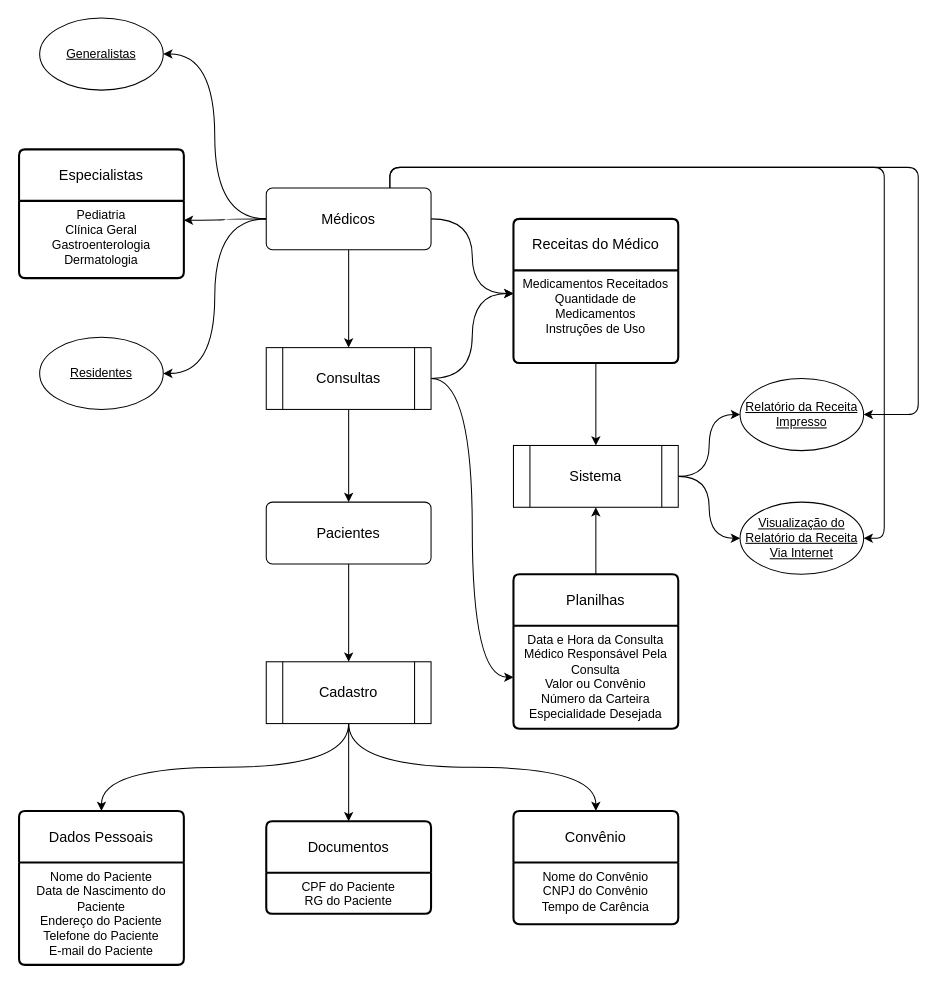
This is bdd_hospital.drawio from NoahCardo/Banco-de-Dados---Hospital, a draw.io file, before an edit. Source tidied: cells renumbered, new cells numbered last; positions are measured from the earlier drawing's top-left corner, leaving out a move shared by most shapes. Both pictures are drawn from the tidied source at 103%, with x=0, y=0 at pixel (19, 18).
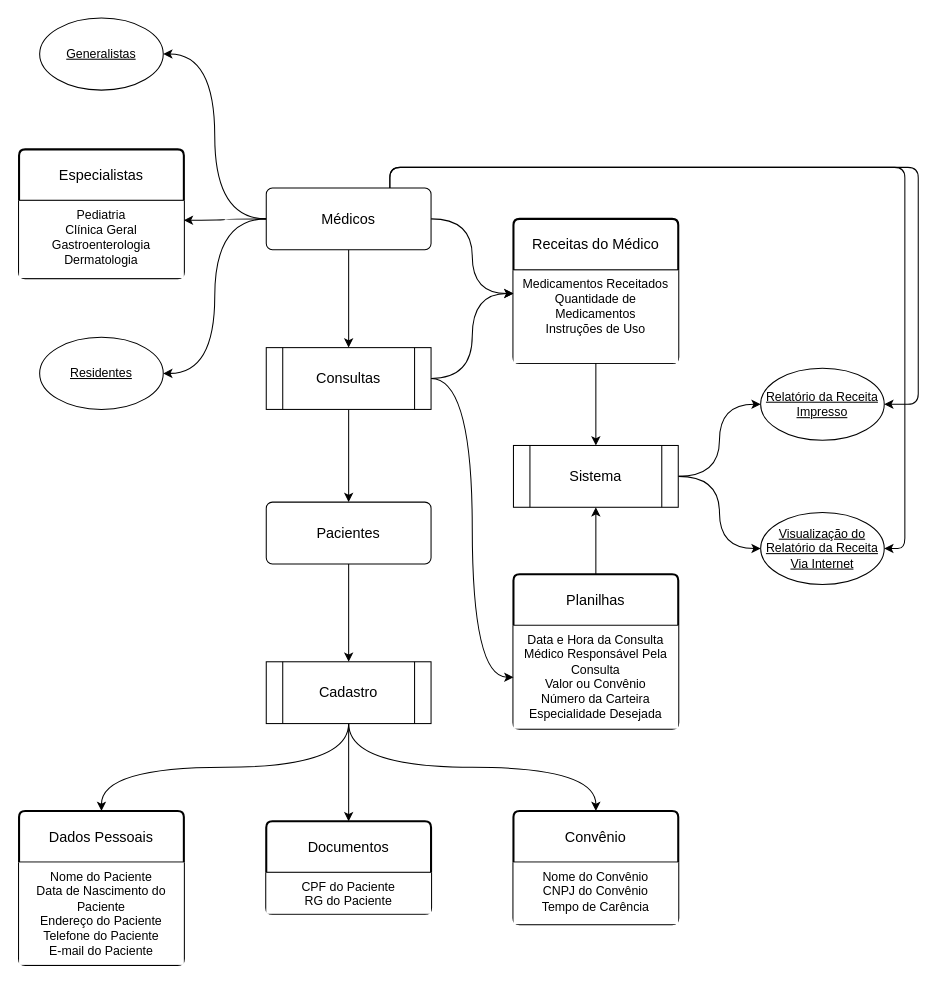
After the change.

The change refers to these unchanged cells:
```xml
<mxCell id="2" value="Convênio" style="swimlane;horizontal=1;startSize=50;rounded=1;fontSize=14;fontStyle=0;strokeWidth=2;shadow=0;dashed=0;align=center;arcSize=4;whiteSpace=wrap;html=1;" parent="1" vertex="1">
  <mxGeometry x="480" y="769.8" width="160" height="110" as="geometry" />
</mxCell>
<mxCell id="6" value="Planilhas" style="swimlane;horizontal=1;startSize=50;rounded=1;fontSize=14;fontStyle=0;strokeWidth=2;shadow=0;dashed=0;align=center;arcSize=4;whiteSpace=wrap;html=1;" parent="1" vertex="1">
  <mxGeometry x="480" y="540" width="160" height="150" as="geometry" />
</mxCell>
<mxCell id="13" value="Receitas do Médico" style="swimlane;horizontal=1;startSize=50;rounded=1;fontSize=14;fontStyle=0;strokeWidth=2;shadow=0;dashed=0;align=center;arcSize=4;whiteSpace=wrap;html=1;" parent="1" vertex="1">
  <mxGeometry x="480" y="195" width="160" height="140" as="geometry" />
</mxCell>
<mxCell id="32" value="Documentos" style="swimlane;horizontal=1;startSize=50;rounded=1;fontSize=14;fontStyle=0;strokeWidth=2;shadow=0;dashed=0;align=center;arcSize=4;whiteSpace=wrap;html=1;" parent="1" vertex="1">
  <mxGeometry x="240" y="779.9" width="160" height="89.8" as="geometry" />
</mxCell>
<mxCell id="39" value="Dados Pessoais" style="swimlane;horizontal=1;startSize=50;rounded=1;fontSize=14;fontStyle=0;strokeWidth=2;shadow=0;dashed=0;align=center;arcSize=4;whiteSpace=wrap;html=1;" parent="1" vertex="1">
  <mxGeometry y="769.8" width="160" height="149.5" as="geometry" />
</mxCell>
<mxCell id="43" value="Especialistas" style="swimlane;horizontal=1;startSize=50;rounded=1;fontSize=14;fontStyle=0;strokeWidth=2;shadow=0;dashed=0;align=center;arcSize=4;whiteSpace=wrap;html=1;" parent="1" vertex="1">
  <mxGeometry y="127.5" width="160" height="125" as="geometry" />
</mxCell>
```

What changed in the source:
```diff
@@
-    <mxCell id="3" value="Nome do Convênio&lt;br&gt;&lt;div&gt;CNPJ do Convênio&lt;/div&gt;&lt;div&gt;Tempo de Carência&lt;/div&gt;" style="align=center;strokeColor=none;fillColor=none;spacingLeft=4;spacingRight=4;fontSize=12;verticalAlign=top;html=1;whiteSpace=wrap;" parent="2" vertex="1">
+    <mxCell id="3" value="Nome do Convênio&lt;br&gt;&lt;div&gt;CNPJ do Convênio&lt;/div&gt;&lt;div&gt;Tempo de Carência&lt;/div&gt;" style="align=center;strokeColor=none;fillColor=default;spacingLeft=4;spacingRight=4;fontSize=12;verticalAlign=top;html=1;whiteSpace=wrap;" parent="2" vertex="1">
       <mxGeometry y="50" width="160" height="60" as="geometry" />
     </mxCell>
@@
-    <mxCell id="7" value="Data e Hora da Consulta&lt;br&gt;Médico Responsável Pela Consulta&lt;br&gt;Valor ou Convênio&lt;div&gt;Número da Carteira&lt;br&gt;&lt;div&gt;Especialidade Desejada&lt;/div&gt;&lt;/div&gt;" style="align=center;strokeColor=none;fillColor=none;spacingLeft=4;spacingRight=4;fontSize=12;verticalAlign=top;html=1;whiteSpace=wrap;" parent="6" vertex="1">
+    <mxCell id="7" value="Data e Hora da Consulta&lt;br&gt;Médico Responsável Pela Consulta&lt;br&gt;Valor ou Convênio&lt;div&gt;Número da Carteira&lt;br&gt;&lt;div&gt;Especialidade Desejada&lt;/div&gt;&lt;/div&gt;" style="align=center;strokeColor=none;fillColor=default;spacingLeft=4;spacingRight=4;fontSize=12;verticalAlign=top;html=1;whiteSpace=wrap;" parent="6" vertex="1">
       <mxGeometry y="50" width="160" height="100" as="geometry" />
     </mxCell>
@@
-    <mxCell id="14" value="Medicamentos Receitados&lt;br&gt;&lt;div&gt;Quantidade de Medicamentos&lt;/div&gt;&lt;div&gt;Instruções de Uso&lt;/div&gt;" style="align=center;strokeColor=none;fillColor=none;spacingLeft=4;spacingRight=4;fontSize=12;verticalAlign=top;html=1;whiteSpace=wrap;" parent="13" vertex="1">
+    <mxCell id="14" value="Medicamentos Receitados&lt;br&gt;&lt;div&gt;Quantidade de Medicamentos&lt;/div&gt;&lt;div&gt;Instruções de Uso&lt;/div&gt;" style="align=center;strokeColor=none;fillColor=default;spacingLeft=4;spacingRight=4;fontSize=12;verticalAlign=top;html=1;whiteSpace=wrap;" parent="13" vertex="1">
       <mxGeometry y="50" width="160" height="90" as="geometry" />
     </mxCell>
@@
     <mxCell id="20" value="Visualização do Relatório da Receita Via Internet" style="ellipse;whiteSpace=wrap;html=1;align=center;fontStyle=4;" parent="1" vertex="1">
-      <mxGeometry x="700" y="470" width="120" height="70" as="geometry" />
+      <mxGeometry x="720" y="480" width="120" height="70" as="geometry" />
     </mxCell>
     <mxCell id="21" value="Relatório da Receita Impresso" style="ellipse;whiteSpace=wrap;html=1;align=center;fontStyle=4;" parent="1" vertex="1">
-      <mxGeometry x="700" y="350" width="120" height="70" as="geometry" />
+      <mxGeometry x="720" y="340" width="120" height="70" as="geometry" />
     </mxCell>
@@
-    <mxCell id="33" value="CPF do Paciente&lt;div&gt;RG do Paciente&lt;/div&gt;" style="align=center;strokeColor=none;fillColor=none;spacingLeft=4;spacingRight=4;fontSize=12;verticalAlign=top;html=1;whiteSpace=wrap;" parent="32" vertex="1">
+    <mxCell id="33" value="CPF do Paciente&lt;div&gt;RG do Paciente&lt;/div&gt;" style="align=center;strokeColor=none;fillColor=default;spacingLeft=4;spacingRight=4;fontSize=12;verticalAlign=top;html=1;whiteSpace=wrap;" parent="32" vertex="1">
       <mxGeometry y="50" width="160" height="39.8" as="geometry" />
     </mxCell>
@@
-    <mxCell id="40" value="Nome do Paciente&lt;div&gt;Data de Nascimento do Paciente&lt;/div&gt;&lt;div&gt;Endereço do Paciente&lt;/div&gt;&lt;div&gt;Telefone do Paciente&lt;/div&gt;&lt;div&gt;E-mail do Paciente&lt;/div&gt;" style="align=center;strokeColor=none;fillColor=none;spacingLeft=4;spacingRight=4;fontSize=12;verticalAlign=top;html=1;whiteSpace=wrap;" parent="39" vertex="1">
+    <mxCell id="40" value="Nome do Paciente&lt;div&gt;Data de Nascimento do Paciente&lt;/div&gt;&lt;div&gt;Endereço do Paciente&lt;/div&gt;&lt;div&gt;Telefone do Paciente&lt;/div&gt;&lt;div&gt;E-mail do Paciente&lt;/div&gt;" style="align=center;strokeColor=none;fillColor=default;spacingLeft=4;spacingRight=4;fontSize=12;verticalAlign=top;html=1;whiteSpace=wrap;rounded=0;" parent="39" vertex="1">
       <mxGeometry y="50" width="160" height="99.5" as="geometry" />
     </mxCell>
@@
-    <mxCell id="44" value="Pediatria&lt;div&gt;Clínica Geral&lt;/div&gt;&lt;div&gt;Gastroenterologia&lt;/div&gt;&lt;div&gt;Dermatologia&lt;/div&gt;" style="align=center;strokeColor=none;fillColor=none;spacingLeft=4;spacingRight=4;fontSize=12;verticalAlign=top;html=1;whiteSpace=wrap;" parent="43" vertex="1">
+    <mxCell id="44" value="Pediatria&lt;div&gt;Clínica Geral&lt;/div&gt;&lt;div&gt;Gastroenterologia&lt;/div&gt;&lt;div&gt;Dermatologia&lt;/div&gt;" style="align=center;strokeColor=none;fillColor=default;spacingLeft=4;spacingRight=4;fontSize=12;verticalAlign=top;html=1;whiteSpace=wrap;" parent="43" vertex="1">
       <mxGeometry y="50" width="160" height="75" as="geometry" />
     </mxCell>
```
